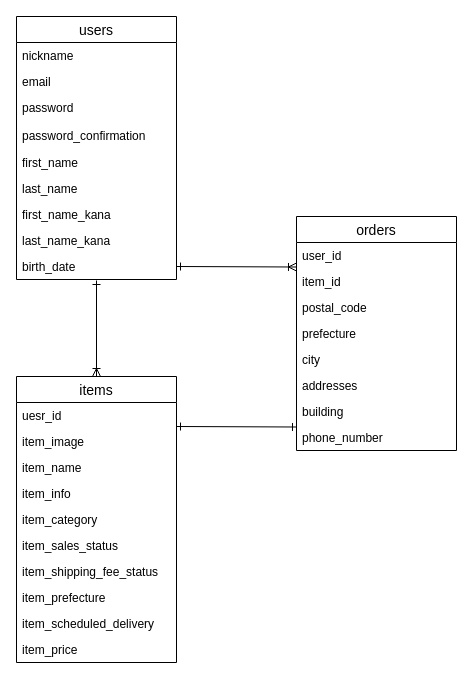
The draw.io diagram app/models/ER.dio in kentaroupstream/furima-29337, before the edit. Source tidied: cells renumbered, new cells numbered last; positions are measured from the earlier drawing's top-left corner, leaving out a move shared by most shapes. Both pictures are drawn from the tidied source at 100%, with x=0, y=0 at pixel (16, 16).
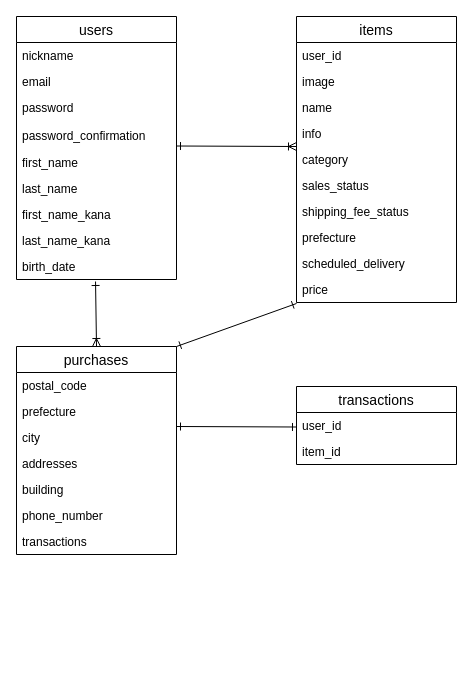
The same diagram, later.

The change refers to these unchanged cells:
```xml
<mxCell id="11" value="birth_date" style="text;strokeColor=none;fillColor=none;spacingLeft=4;spacingRight=4;overflow=hidden;points=[[0,0.5],[1,0.5]];portConstraint=eastwest;fontSize=12;" parent="2" vertex="1">
  <mxGeometry y="237" width="160" height="26" as="geometry" />
</mxCell>
```

Change to the diagram source:
```diff
@@
     <mxCell id="12" style="endArrow=ERoneToMany;html=1;rounded=0;startArrow=ERone;startFill=0;endFill=0;" parent="1" edge="1">
       <mxGeometry relative="1" as="geometry">
-        <mxPoint x="160" y="250" as="sourcePoint" />
-        <mxPoint x="280" y="250.5" as="targetPoint" />
+        <mxPoint x="160" y="129.5" as="sourcePoint" />
+        <mxPoint x="280" y="130" as="targetPoint" />
       </mxGeometry>
     </mxCell>
-    <mxCell id="13" style="endArrow=ERoneToMany;html=1;rounded=0;startArrow=ERone;startFill=0;endFill=0;entryX=0.5;entryY=0;entryDx=0;entryDy=0;" parent="1" edge="1" target="14">
-      <mxGeometry relative="1" as="geometry">
-        <mxPoint x="80" y="264" as="sourcePoint" />
-      </mxGeometry>
-    </mxCell>
+    <mxCell id="25" style="endArrow=ERone;html=1;rounded=0;startArrow=ERone;startFill=0;endFill=0;" parent="1" edge="1">
+      <mxGeometry relative="1" as="geometry">
+        <mxPoint x="160" y="410" as="sourcePoint" />
+        <mxPoint x="280" y="410.5" as="targetPoint" />
+      </mxGeometry>
+    </mxCell>
     <mxCell id="14" value="items" style="swimlane;fontStyle=0;horizontal=1;startSize=26;align=center;fontSize=14;" parent="1" vertex="1">
-      <mxGeometry y="360" width="160" height="286" as="geometry" />
+      <mxGeometry x="280" width="160" height="286" as="geometry" />
     </mxCell>
-    <mxCell id="15" value="uesr_id" style="text;strokeColor=none;fillColor=none;spacingLeft=4;spacingRight=4;overflow=hidden;fontSize=12;" parent="14" vertex="1">
-      <mxGeometry y="26" width="160" height="26" as="geometry" />
-    </mxCell>
-    <mxCell id="16" value="item_image" style="text;strokeColor=none;fillColor=none;spacingLeft=4;spacingRight=4;overflow=hidden;fontSize=12;" parent="14" vertex="1">
-      <mxGeometry y="52" width="160" height="26" as="geometry" />
+    <mxCell id="16" value="user_id" style="text;strokeColor=none;fillColor=none;spacingLeft=4;spacingRight=4;overflow=hidden;fontSize=12;" parent="14" vertex="1">
+      <mxGeometry y="26" width="160" height="26" as="geometry" />
     </mxCell>
+    <mxCell id="35" value="image" style="text;strokeColor=none;fillColor=none;spacingLeft=4;spacingRight=4;overflow=hidden;fontSize=12;" parent="14" vertex="1">
+      <mxGeometry y="52" width="160" height="26" as="geometry" />
+    </mxCell>
-    <mxCell id="17" value="item_name" style="text;strokeColor=none;fillColor=none;spacingLeft=4;spacingRight=4;overflow=hidden;fontSize=12;" parent="14" vertex="1">
+    <mxCell id="17" value="name" style="text;strokeColor=none;fillColor=none;spacingLeft=4;spacingRight=4;overflow=hidden;fontSize=12;" parent="14" vertex="1">
       <mxGeometry y="78" width="160" height="26" as="geometry" />
     </mxCell>
-    <mxCell id="18" value="item_info" style="text;strokeColor=none;fillColor=none;spacingLeft=4;spacingRight=4;overflow=hidden;fontSize=12;" parent="14" vertex="1">
+    <mxCell id="18" value="info" style="text;strokeColor=none;fillColor=none;spacingLeft=4;spacingRight=4;overflow=hidden;fontSize=12;" parent="14" vertex="1">
       <mxGeometry y="104" width="160" height="26" as="geometry" />
     </mxCell>
-    <mxCell id="19" value="item_category" style="text;strokeColor=none;fillColor=none;spacingLeft=4;spacingRight=4;overflow=hidden;fontSize=12;" parent="14" vertex="1">
+    <mxCell id="19" value="category" style="text;strokeColor=none;fillColor=none;spacingLeft=4;spacingRight=4;overflow=hidden;fontSize=12;" parent="14" vertex="1">
       <mxGeometry y="130" width="160" height="26" as="geometry" />
     </mxCell>
-    <mxCell id="20" value="item_sales_status" style="text;strokeColor=none;fillColor=none;spacingLeft=4;spacingRight=4;overflow=hidden;fontSize=12;" parent="14" vertex="1">
+    <mxCell id="20" value="sales_status" style="text;strokeColor=none;fillColor=none;spacingLeft=4;spacingRight=4;overflow=hidden;fontSize=12;" parent="14" vertex="1">
       <mxGeometry y="156" width="160" height="26" as="geometry" />
     </mxCell>
-    <mxCell id="21" value="item_shipping_fee_status" style="text;strokeColor=none;fillColor=none;spacingLeft=4;spacingRight=4;overflow=hidden;fontSize=12;" parent="14" vertex="1">
+    <mxCell id="21" value="shipping_fee_status" style="text;strokeColor=none;fillColor=none;spacingLeft=4;spacingRight=4;overflow=hidden;fontSize=12;" parent="14" vertex="1">
       <mxGeometry y="182" width="160" height="26" as="geometry" />
     </mxCell>
-    <mxCell id="22" value="item_prefecture" style="text;strokeColor=none;fillColor=none;spacingLeft=4;spacingRight=4;overflow=hidden;fontSize=12;" parent="14" vertex="1">
+    <mxCell id="22" value="prefecture" style="text;strokeColor=none;fillColor=none;spacingLeft=4;spacingRight=4;overflow=hidden;fontSize=12;" parent="14" vertex="1">
       <mxGeometry y="208" width="160" height="26" as="geometry" />
     </mxCell>
-    <mxCell id="23" value="item_scheduled_delivery" style="text;strokeColor=none;fillColor=none;spacingLeft=4;spacingRight=4;overflow=hidden;fontSize=12;" parent="14" vertex="1">
+    <mxCell id="23" value="scheduled_delivery" style="text;strokeColor=none;fillColor=none;spacingLeft=4;spacingRight=4;overflow=hidden;fontSize=12;" parent="14" vertex="1">
       <mxGeometry y="234" width="160" height="26" as="geometry" />
     </mxCell>
-    <mxCell id="24" value="item_price" style="text;strokeColor=none;fillColor=none;spacingLeft=4;spacingRight=4;overflow=hidden;points=[[0,0.5],[1,0.5]];portConstraint=eastwest;fontSize=12;" parent="14" vertex="1">
+    <mxCell id="24" value="price" style="text;strokeColor=none;fillColor=none;spacingLeft=4;spacingRight=4;overflow=hidden;points=[[0,0.5],[1,0.5]];portConstraint=eastwest;fontSize=12;" parent="14" vertex="1">
       <mxGeometry y="260" width="160" height="26" as="geometry" />
     </mxCell>
-    <mxCell id="25" style="endArrow=ERone;html=1;rounded=0;startArrow=ERone;startFill=0;endFill=0;" parent="1" edge="1">
-      <mxGeometry relative="1" as="geometry">
-        <mxPoint x="160" y="410" as="sourcePoint" />
-        <mxPoint x="280" y="410.5" as="targetPoint" />
-      </mxGeometry>
-    </mxCell>
-    <mxCell id="26" value="orders" style="swimlane;fontStyle=0;horizontal=1;startSize=26;align=center;fontSize=14;" parent="1" vertex="1">
-      <mxGeometry x="280" y="200" width="160" height="234" as="geometry" />
+    <mxCell id="26" value="purchases" style="swimlane;fontStyle=0;horizontal=1;startSize=26;align=center;fontSize=14;" parent="1" vertex="1">
+      <mxGeometry y="330" width="160" height="208" as="geometry" />
     </mxCell>
-    <mxCell id="27" value="user_id" style="text;strokeColor=none;fillColor=none;spacingLeft=4;spacingRight=4;overflow=hidden;fontSize=12;" parent="26" vertex="1">
-      <mxGeometry y="26" width="160" height="26" as="geometry" />
-    </mxCell>
-    <mxCell id="28" value="item_id" style="text;strokeColor=none;fillColor=none;spacingLeft=4;spacingRight=4;overflow=hidden;fontSize=12;" parent="26" vertex="1">
-      <mxGeometry y="52" width="160" height="26" as="geometry" />
-    </mxCell>
     <mxCell id="29" value="postal_code" style="text;strokeColor=none;fillColor=none;spacingLeft=4;spacingRight=4;overflow=hidden;fontSize=12;" parent="26" vertex="1">
-      <mxGeometry y="78" width="160" height="26" as="geometry" />
+      <mxGeometry y="26" width="160" height="26" as="geometry" />
     </mxCell>
     <mxCell id="30" value="prefecture" style="text;strokeColor=none;fillColor=none;spacingLeft=4;spacingRight=4;overflow=hidden;fontSize=12;" parent="26" vertex="1">
-      <mxGeometry y="104" width="160" height="26" as="geometry" />
+      <mxGeometry y="52" width="160" height="26" as="geometry" />
     </mxCell>
     <mxCell id="31" value="city" style="text;strokeColor=none;fillColor=none;spacingLeft=4;spacingRight=4;overflow=hidden;fontSize=12;" parent="26" vertex="1">
-      <mxGeometry y="130" width="160" height="26" as="geometry" />
+      <mxGeometry y="78" width="160" height="26" as="geometry" />
     </mxCell>
     <mxCell id="32" value="addresses" style="text;strokeColor=none;fillColor=none;spacingLeft=4;spacingRight=4;overflow=hidden;fontSize=12;" parent="26" vertex="1">
-      <mxGeometry y="156" width="160" height="26" as="geometry" />
+      <mxGeometry y="104" width="160" height="26" as="geometry" />
     </mxCell>
     <mxCell id="33" value="building" style="text;strokeColor=none;fillColor=none;spacingLeft=4;spacingRight=4;overflow=hidden;fontSize=12;" parent="26" vertex="1">
-      <mxGeometry y="182" width="160" height="26" as="geometry" />
+      <mxGeometry y="130" width="160" height="26" as="geometry" />
     </mxCell>
+    <mxCell id="36" value="phone_number" style="text;strokeColor=none;fillColor=none;spacingLeft=4;spacingRight=4;overflow=hidden;fontSize=12;" parent="26" vertex="1">
+      <mxGeometry y="156" width="160" height="26" as="geometry" />
+    </mxCell>
-    <mxCell id="34" value="phone_number" style="text;strokeColor=none;fillColor=none;spacingLeft=4;spacingRight=4;overflow=hidden;fontSize=12;" parent="26" vertex="1">
-      <mxGeometry y="208" width="160" height="26" as="geometry" />
+    <mxCell id="34" value="transactions" style="text;strokeColor=none;fillColor=none;spacingLeft=4;spacingRight=4;overflow=hidden;fontSize=12;" parent="26" vertex="1">
+      <mxGeometry y="182" width="160" height="26" as="geometry" />
     </mxCell>
+    <mxCell id="37" value="transactions" style="swimlane;fontStyle=0;horizontal=1;startSize=26;align=center;fontSize=14;" parent="1" vertex="1">
+      <mxGeometry x="280" y="370" width="160" height="78" as="geometry" />
+    </mxCell>
+    <mxCell id="27" value="user_id" style="text;strokeColor=none;fillColor=none;spacingLeft=4;spacingRight=4;overflow=hidden;fontSize=12;" parent="37" vertex="1">
+      <mxGeometry y="26" width="160" height="26" as="geometry" />
+    </mxCell>
+    <mxCell id="28" value="item_id" style="text;strokeColor=none;fillColor=none;spacingLeft=4;spacingRight=4;overflow=hidden;fontSize=12;" parent="37" vertex="1">
+      <mxGeometry y="52" width="160" height="26" as="geometry" />
+    </mxCell>
+    <mxCell id="38" style="endArrow=ERoneToMany;html=1;rounded=0;startArrow=ERone;startFill=0;endFill=0;exitX=0.494;exitY=1.077;exitDx=0;exitDy=0;exitPerimeter=0;" parent="1" edge="1" source="11">
+      <mxGeometry relative="1" as="geometry">
+        <mxPoint x="80" y="330" as="targetPoint" />
+      </mxGeometry>
+    </mxCell>
+    <mxCell id="39" style="endArrow=ERone;html=1;rounded=0;startArrow=ERone;startFill=0;endFill=0;entryX=0;entryY=1.038;entryDx=0;entryDy=0;entryPerimeter=0;" parent="1" edge="1" target="24">
+      <mxGeometry relative="1" as="geometry">
+        <mxPoint x="160" y="330" as="sourcePoint" />
+      </mxGeometry>
+    </mxCell>
```
